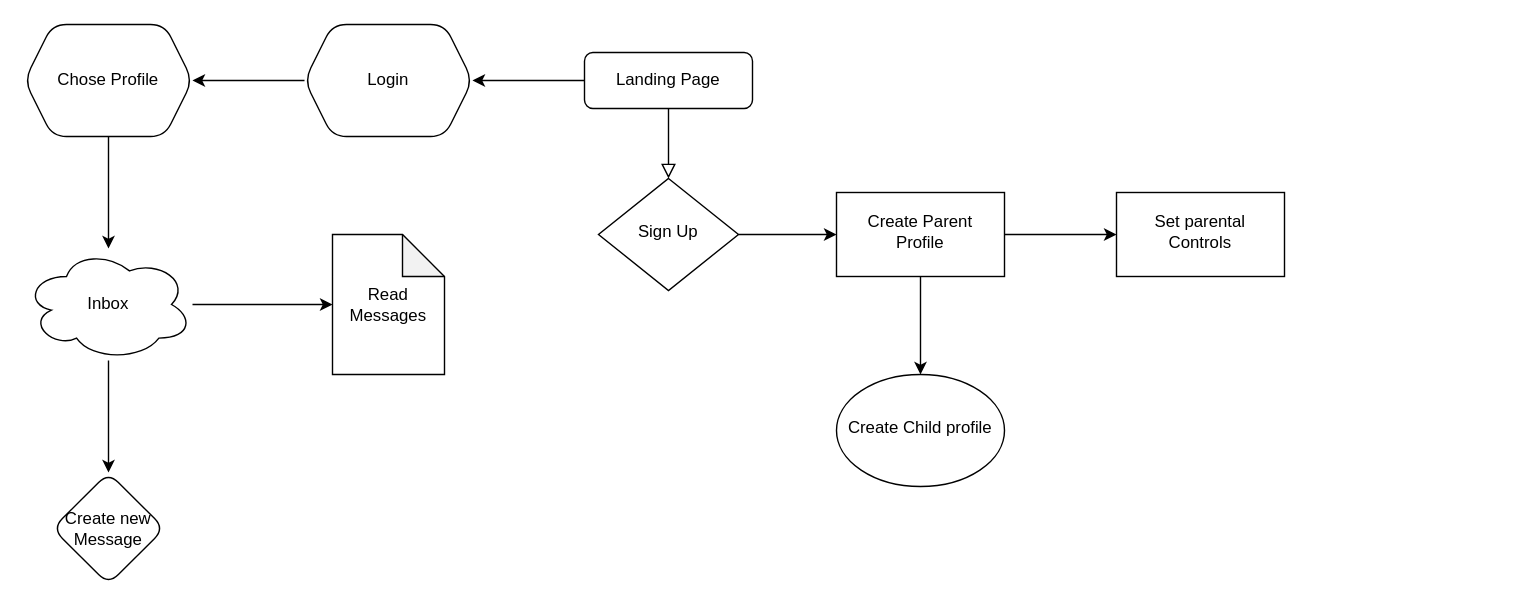
Before: Untitled Diagram.drawio in Samicap/Final-Project, a draw.io diagram. Source tidied: cells renumbered, new cells numbered last; positions are measured from the earlier drawing's top-left corner, leaving out a move shared by most shapes. Both pictures are drawn from the tidied source at 140%, with x=0, y=0 at pixel (24, 24).
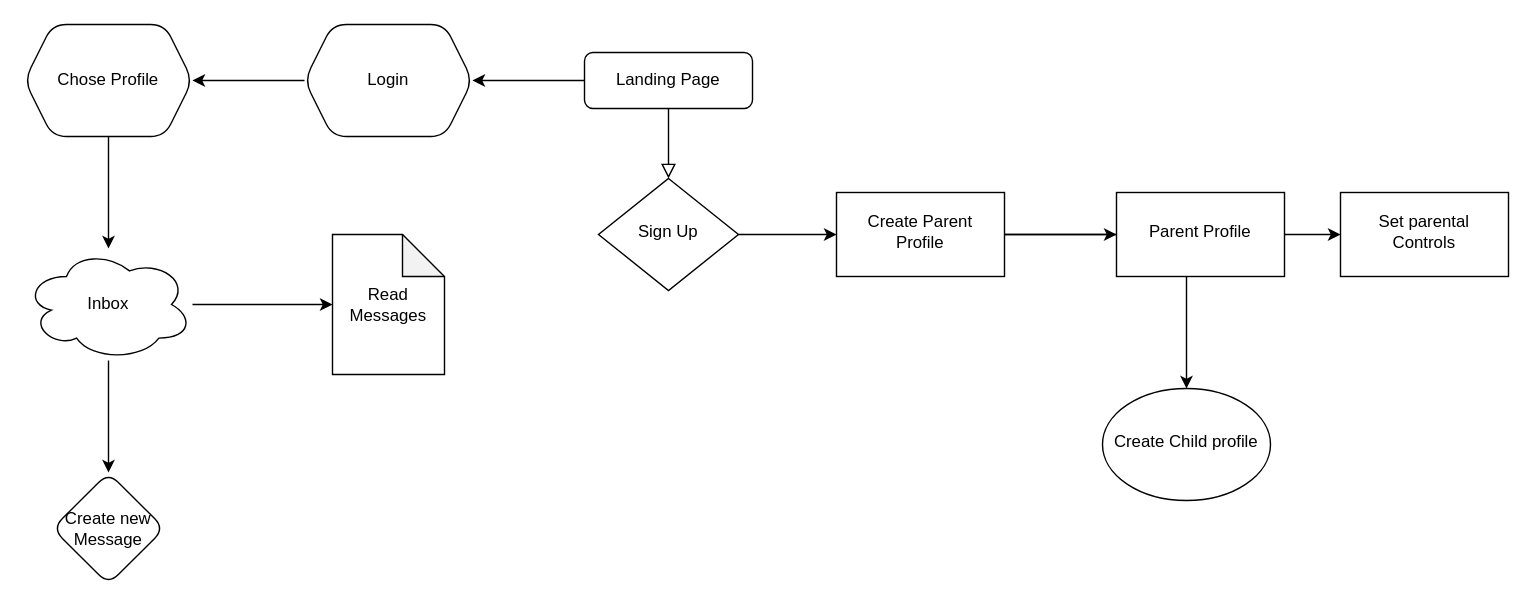
The same page after the edit.

Commit message:
edit parental profile

Diff of the diagram source:
```diff
@@
+    <mxCell id="21" style="edgeStyle=orthogonalEdgeStyle;rounded=0;jettySize=auto;html=1;" parent="1" edge="1" source="10" target="22">
+      <mxGeometry relative="1" as="geometry" />
+    </mxCell>
-    <mxCell id="10" value="Set parental Controls" style="whiteSpace=wrap;html=1;shadow=0;strokeWidth=1;spacing=6;spacingTop=-4;" parent="1" vertex="1">
+    <mxCell id="10" value="Parent Profile" style="whiteSpace=wrap;html=1;shadow=0;strokeWidth=1;spacing=6;spacingTop=-4;" parent="1" vertex="1">
       <mxGeometry x="780" y="120" width="120" height="60" as="geometry" />
     </mxCell>
@@
     <mxCell id="20" value="Create Child profile" style="ellipse;whiteSpace=wrap;html=1;shadow=0;strokeWidth=1;spacing=6;spacingTop=-4;" parent="1" vertex="1">
-      <mxGeometry x="580" y="250" width="120" height="80" as="geometry" />
+      <mxGeometry x="770" y="260" width="120" height="80" as="geometry" />
     </mxCell>
+    <mxCell id="22" value="Set parental Controls" style="whiteSpace=wrap;html=1;shadow=0;strokeWidth=1;spacing=6;spacingTop=-4;" parent="1" vertex="1">
+      <mxGeometry x="940" y="120" width="120" height="60" as="geometry" />
+    </mxCell>
```
